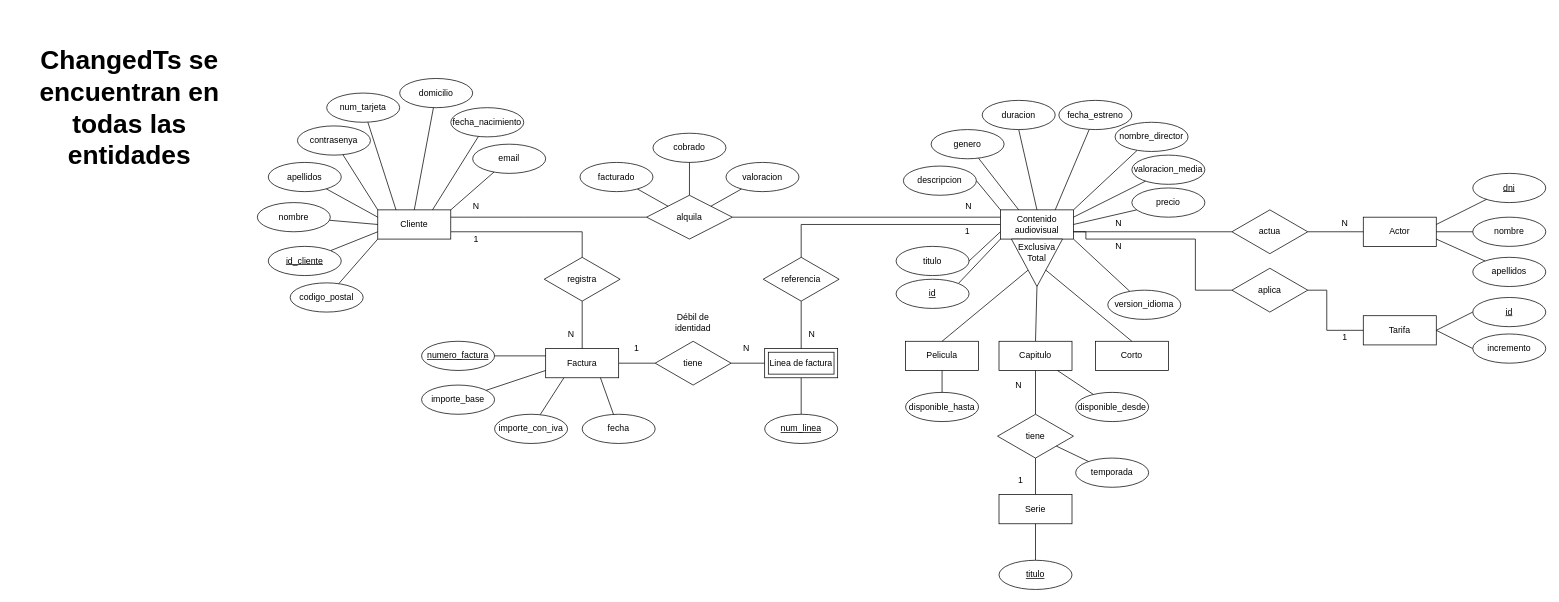
Before: Modelo Entidad-Relacion.drawio in Ivanmontesinos21/Proyecto_MiraVereda, a draw.io diagram. Source tidied: cells renumbered, new cells numbered last; positions are measured from the earlier drawing's top-left corner, leaving out a move shared by most shapes. Both pictures are drawn from the tidied source at 73%, with x=0, y=0 at pixel (12, 12).
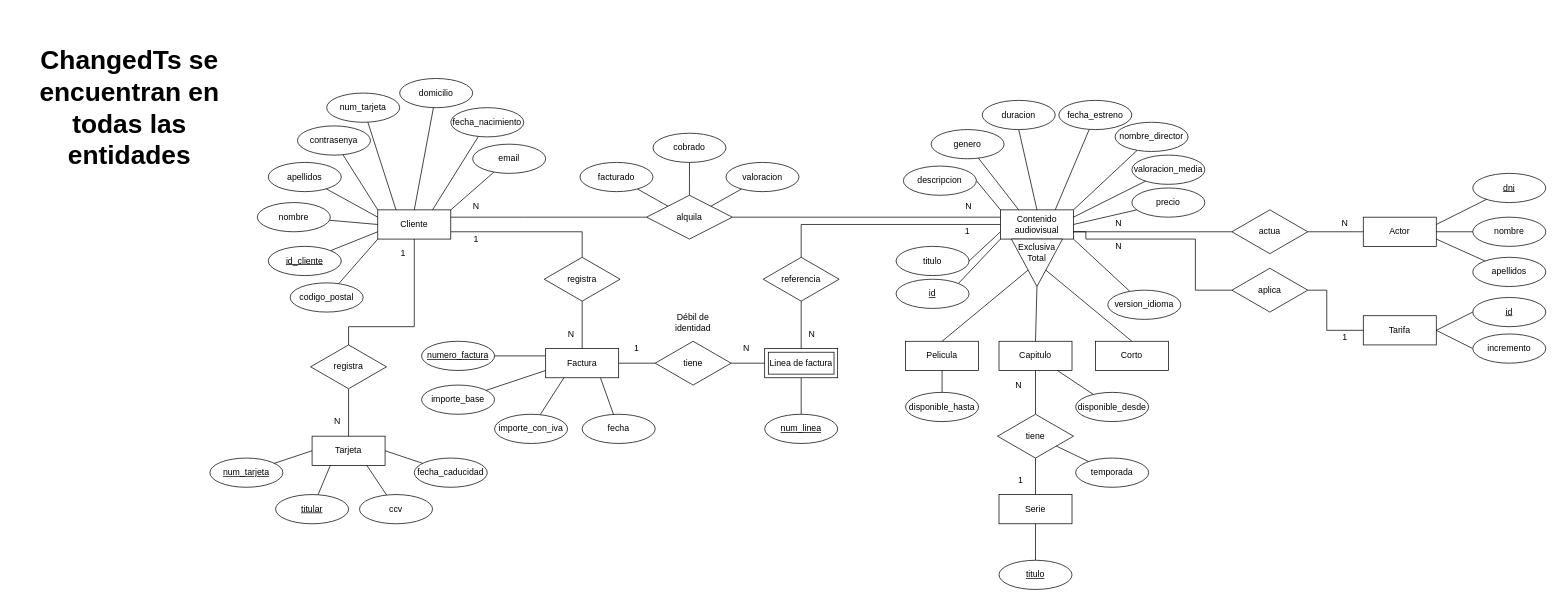
The same page after the edit.

Unchanged cells that the change refers to:
```xml
<mxCell id="49" value="&lt;div&gt;Cliente&lt;/div&gt;" style="whiteSpace=wrap;html=1;align=center;" parent="1" vertex="1">
  <mxGeometry x="500" y="270" width="100" height="40" as="geometry" />
</mxCell>
```

Diff of the diagram source:
```diff
@@
+    <mxCell id="125" value="Tarjeta" style="whiteSpace=wrap;html=1;align=center;" parent="1" vertex="1">
+      <mxGeometry x="410" y="580" width="100" height="40" as="geometry" />
+    </mxCell>
+    <mxCell id="126" value="num_tarjeta" style="ellipse;whiteSpace=wrap;html=1;align=center;fontStyle=4;" parent="1" vertex="1">
+      <mxGeometry x="270" y="610" width="100" height="40" as="geometry" />
+    </mxCell>
+    <mxCell id="127" style="rounded=0;jettySize=auto;html=1;entryX=0;entryY=0.5;entryDx=0;entryDy=0;endArrow=none;endFill=0;" parent="1" edge="1" source="126" target="125">
+      <mxGeometry relative="1" as="geometry" />
+    </mxCell>
+    <mxCell id="128" style="rounded=0;jettySize=auto;html=1;entryX=0.5;entryY=0;entryDx=0;entryDy=0;endArrow=none;endFill=0;exitX=0.5;exitY=1;exitDx=0;exitDy=0;edgeStyle=orthogonalEdgeStyle;" parent="1" edge="1" source="49" target="135">
+      <mxGeometry relative="1" as="geometry">
+        <Array as="points">
+          <mxPoint x="550" y="430" />
+          <mxPoint x="460" y="430" />
+        </Array>
+      </mxGeometry>
+    </mxCell>
+    <mxCell id="129" style="rounded=0;jettySize=auto;html=1;entryX=0.75;entryY=1;entryDx=0;entryDy=0;endArrow=none;endFill=0;" parent="1" edge="1" source="130" target="125">
+      <mxGeometry relative="1" as="geometry" />
+    </mxCell>
+    <mxCell id="130" value="ccv" style="ellipse;whiteSpace=wrap;html=1;align=center;" parent="1" vertex="1">
+      <mxGeometry x="475" y="660" width="100" height="40" as="geometry" />
+    </mxCell>
+    <mxCell id="131" style="rounded=0;jettySize=auto;html=1;entryX=0.25;entryY=1;entryDx=0;entryDy=0;endArrow=none;endFill=0;" parent="1" edge="1" source="132" target="125">
+      <mxGeometry relative="1" as="geometry" />
+    </mxCell>
+    <mxCell id="132" value="titular" style="ellipse;whiteSpace=wrap;html=1;align=center;fontStyle=4;" parent="1" vertex="1">
+      <mxGeometry x="360" y="660" width="100" height="40" as="geometry" />
+    </mxCell>
+    <mxCell id="133" value="1" style="text;html=1;align=center;verticalAlign=middle;whiteSpace=wrap;rounded=0;" parent="1" vertex="1">
+      <mxGeometry x="520" y="320" width="30" height="20" as="geometry" />
+    </mxCell>
+    <mxCell id="134" style="edgeStyle=orthogonalEdgeStyle;rounded=0;jettySize=auto;html=1;exitX=0.5;exitY=1;exitDx=0;exitDy=0;entryX=0.5;entryY=0;entryDx=0;entryDy=0;endArrow=none;endFill=0;" parent="1" edge="1" source="135" target="125">
+      <mxGeometry relative="1" as="geometry" />
+    </mxCell>
+    <mxCell id="135" value="registra" style="shape=rhombus;perimeter=rhombusPerimeter;whiteSpace=wrap;html=1;align=center;" parent="1" vertex="1">
+      <mxGeometry x="408" y="455" width="104" height="60" as="geometry" />
+    </mxCell>
+    <mxCell id="136" value="N" style="text;html=1;align=center;verticalAlign=middle;whiteSpace=wrap;rounded=0;" parent="1" vertex="1">
+      <mxGeometry x="430" y="550" width="30" height="20" as="geometry" />
+    </mxCell>
+    <mxCell id="137" style="rounded=0;jettySize=auto;html=1;entryX=1;entryY=0.5;entryDx=0;entryDy=0;endArrow=none;endFill=0;" parent="1" edge="1" source="138" target="125">
+      <mxGeometry relative="1" as="geometry" />
+    </mxCell>
+    <mxCell id="138" value="&lt;div&gt;fecha_caducidad&lt;/div&gt;" style="ellipse;whiteSpace=wrap;html=1;align=center;" parent="1" vertex="1">
+      <mxGeometry x="550" y="610" width="100" height="40" as="geometry" />
+    </mxCell>
```
